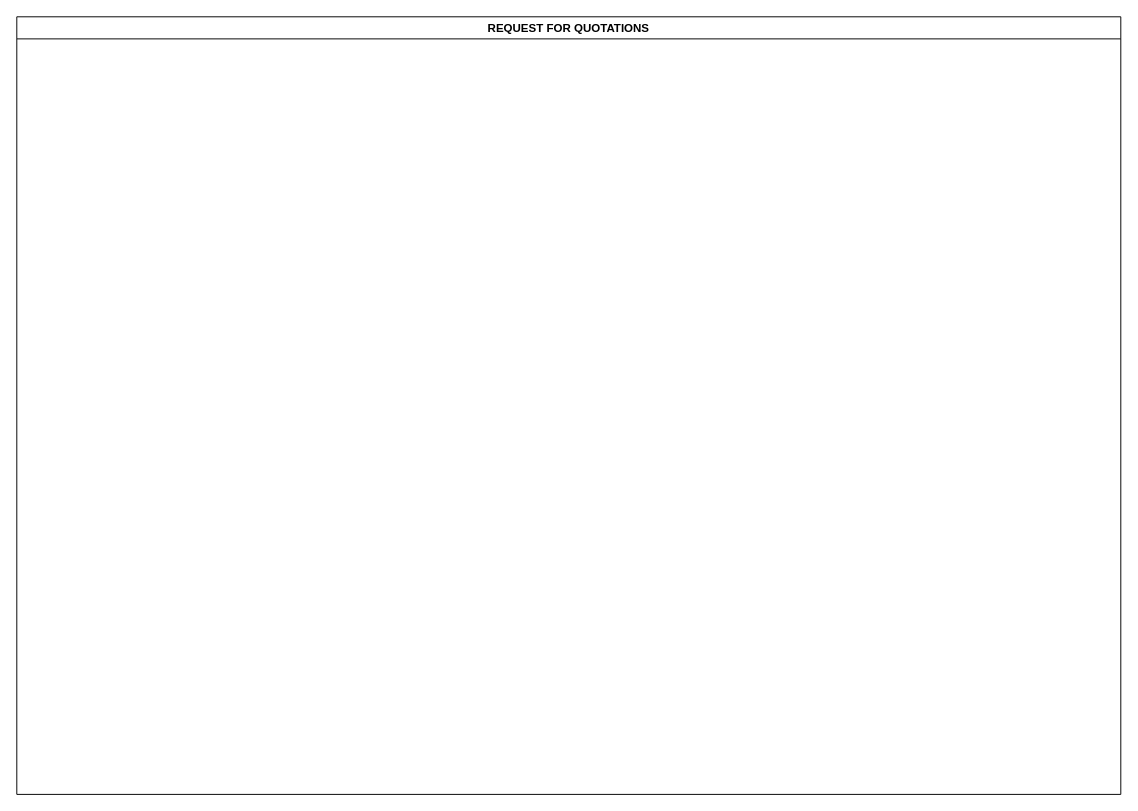
The draw.io diagram LC-PROC-REQUEST FOR QUOTATIONS.drawio in kmagua/flowcharts, before the edit. Source tidied: cells renumbered, new cells numbered last; positions are measured from the earlier drawing's top-left corner, leaving out a move shared by most shapes. Both pictures are drawn from the tidied source at 96%, with x=0, y=0 at pixel (16, 16).
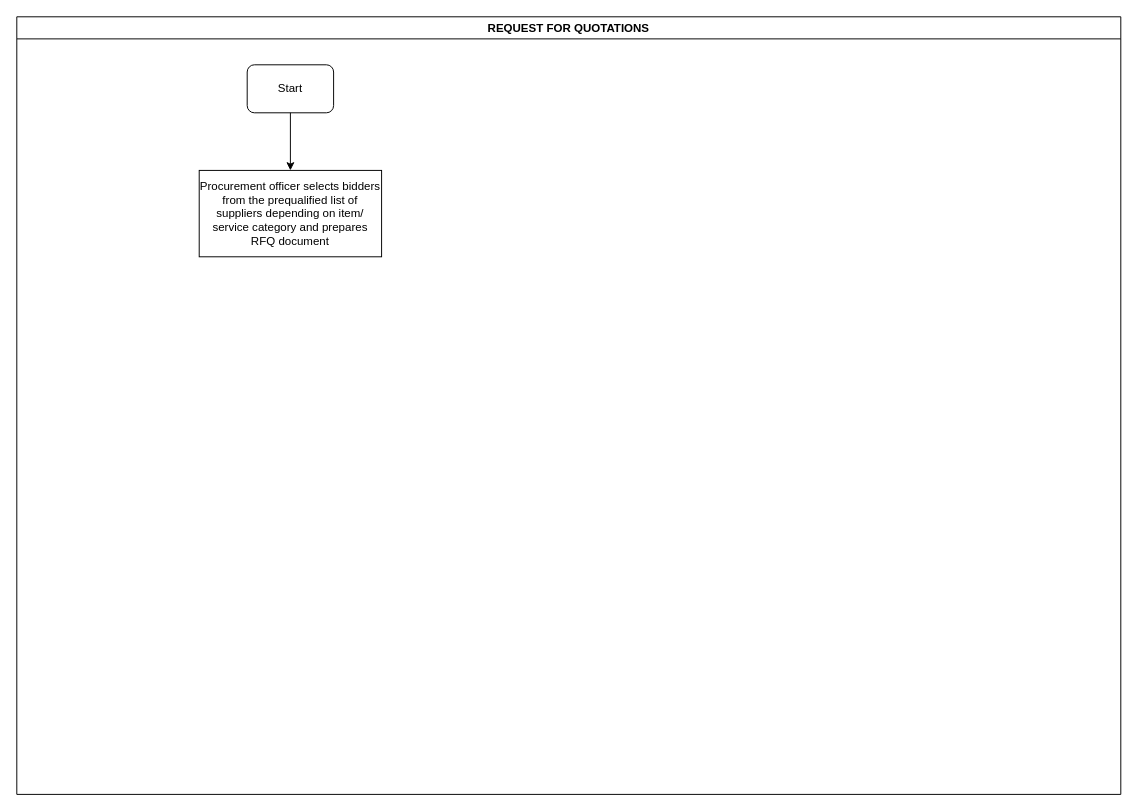
The same page after the edit.

The edit, as a diff of the source:
```diff
@@
 <mxGraphModel>
   <root>
     <mxCell id="0" />
     <mxCell id="1" parent="0" />
     <mxCell id="2" value="REQUEST FOR QUOTATIONS" style="swimlane;" parent="1" vertex="1">
       <mxGeometry width="1150" height="810" as="geometry" />
     </mxCell>
+    <mxCell id="3" value="Start" style="rounded=1;whiteSpace=wrap;html=1;" parent="2" vertex="1">
+      <mxGeometry x="240" y="50" width="90" height="50" as="geometry" />
+    </mxCell>
+    <mxCell id="4" value="Procurement officer selects bidders from the prequalified list of suppliers depending on item/ service category and prepares RFQ document" style="rounded=0;whiteSpace=wrap;html=1;" parent="2" vertex="1">
+      <mxGeometry x="190" y="160" width="190" height="90" as="geometry" />
+    </mxCell>
+    <mxCell id="5" style="edgeStyle=orthogonalEdgeStyle;rounded=0;jettySize=auto;html=1;entryX=0.5;entryY=0;entryDx=0;entryDy=0;" parent="2" edge="1" source="3" target="4">
+      <mxGeometry relative="1" as="geometry" />
+    </mxCell>
   </root>
 </mxGraphModel>
```
